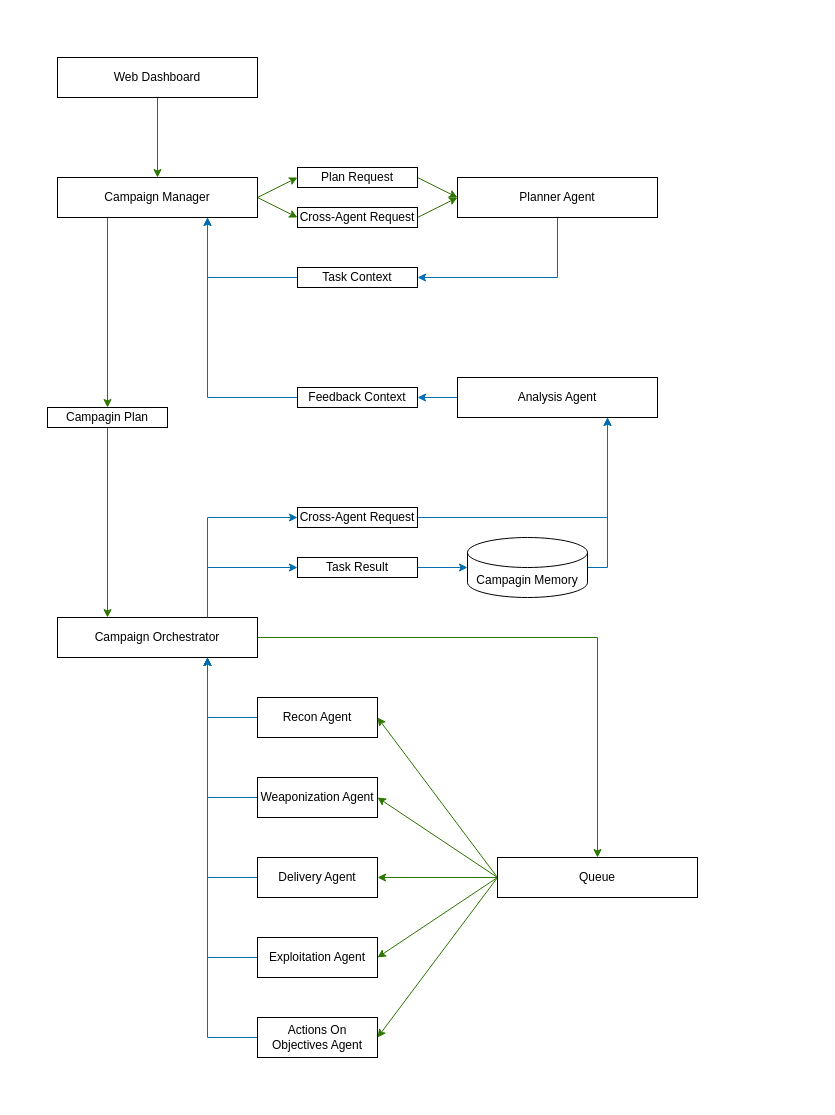
The draw.io diagram rsrc/main_workflow.drawio in therustymate/ARES, before the edit. Source tidied: cells renumbered, new cells numbered last; positions are measured from the earlier drawing's top-left corner, leaving out a move shared by most shapes. Both pictures are drawn from the tidied source at 100%, with x=0, y=0 at pixel (47, 57).
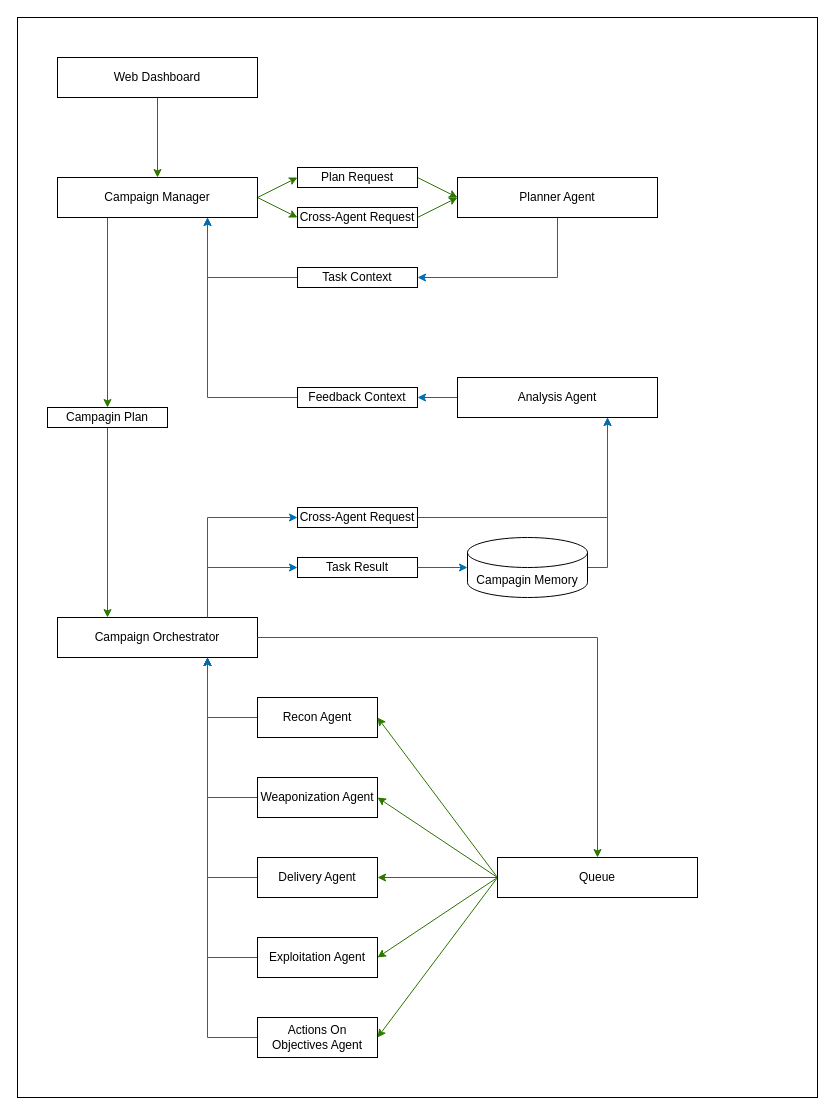
The same page after the edit.

Change to the diagram source:
```diff
@@
+    <mxCell id="48" style="rounded=0;whiteSpace=wrap;html=1;" parent="1" vertex="1">
+      <mxGeometry x="-30" y="-40" width="800" height="1080" as="geometry" />
+    </mxCell>
```
